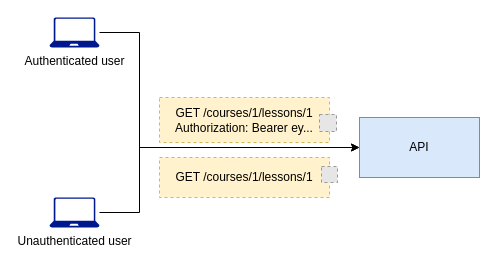
This is ch12.drawio from abunuwas/api-sec-book-imgs, a draw.io file, before an edit. Source tidied: cells renumbered, new cells numbered last; positions are measured from the earlier drawing's top-left corner, leaving out a move shared by most shapes. Both pictures are drawn from the tidied source at 100%, with x=0, y=0 at pixel (49, 17). Pictures stored in the file or linked from it are replaced by grey dashed boxes.
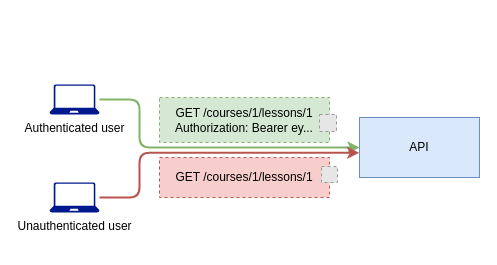
Above is the later version.

The edit, as a diff of the source:
```diff
@@
 <mxGraphModel>
   <root>
     <mxCell id="0" />
     <mxCell id="1" parent="0" />
     <mxCell id="2" value="API" style="rounded=0;whiteSpace=wrap;html=1;fillColor=#dae8fc;strokeColor=#6c8ebf;" parent="1" vertex="1">
       <mxGeometry x="310" y="100" width="120" height="60" as="geometry" />
     </mxCell>
-    <mxCell id="3" style="edgeStyle=orthogonalEdgeStyle;rounded=0;jettySize=auto;html=1;" parent="1" edge="1" source="4" target="2">
+    <mxCell id="3" style="edgeStyle=orthogonalEdgeStyle;rounded=1;jettySize=auto;html=1;fillColor=#d5e8d4;strokeColor=#82b366;strokeWidth=2;curved=0;" parent="1" edge="1" source="4" target="2">
       <mxGeometry relative="1" as="geometry">
         <Array as="points">
-          <mxPoint x="90" y="15" />
+          <mxPoint x="90" y="82" />
           <mxPoint x="90" y="130" />
         </Array>
       </mxGeometry>
     </mxCell>
     <mxCell id="4" value="Authenticated user" style="sketch=0;shadow=0;dashed=0;html=1;strokeColor=none;labelPosition=center;verticalLabelPosition=bottom;verticalAlign=top;align=center;fillColor=#00188D;shape=mxgraph.azure.laptop;" parent="1" vertex="1">
-      <mxGeometry width="50" height="30" as="geometry" />
+      <mxGeometry y="67" width="50" height="30" as="geometry" />
     </mxCell>
-    <mxCell id="5" value="GET /courses/1/lessons/1&lt;div&gt;Authorization: Bearer ey...&lt;/div&gt;" style="text;html=1;align=center;verticalAlign=middle;whiteSpace=wrap;rounded=0;strokeColor=#d6b656;dashed=1;fillColor=#fff2cc;" parent="1" vertex="1">
+    <mxCell id="5" value="GET /courses/1/lessons/1&lt;div&gt;Authorization: Bearer ey...&lt;/div&gt;" style="text;html=1;align=center;verticalAlign=middle;whiteSpace=wrap;rounded=0;strokeColor=#82b366;dashed=1;fillColor=#d5e8d4;" parent="1" vertex="1">
       <mxGeometry x="110" y="80" width="170" height="45" as="geometry" />
     </mxCell>
     <mxCell id="6" style="fillColor=#E6E6E6;strokeColor=#999999;dashed=1;html=1;verticalAlign=top;verticalLabelPosition=bottom;labelBackgroundColor=#ffffff;" parent="1" vertex="1">
       <mxGeometry x="270" y="97" width="17" height="17" as="geometry" />
     </mxCell>
-    <mxCell id="7" style="edgeStyle=orthogonalEdgeStyle;rounded=0;jettySize=auto;html=1;entryX=0;entryY=0.5;entryDx=0;entryDy=0;" parent="1" edge="1" source="8" target="2">
-      <mxGeometry relative="1" as="geometry">
-        <Array as="points">
-          <mxPoint x="90" y="195" />
-          <mxPoint x="90" y="130" />
-        </Array>
-      </mxGeometry>
-    </mxCell>
     <mxCell id="8" value="Unauthenticated user" style="sketch=0;shadow=0;dashed=0;html=1;strokeColor=none;labelPosition=center;verticalLabelPosition=bottom;verticalAlign=top;align=center;fillColor=#00188D;shape=mxgraph.azure.laptop;" parent="1" vertex="1">
-      <mxGeometry y="180" width="50" height="30" as="geometry" />
+      <mxGeometry y="165" width="50" height="30" as="geometry" />
     </mxCell>
-    <mxCell id="9" value="GET /courses/1/lessons/1" style="text;html=1;align=center;verticalAlign=middle;whiteSpace=wrap;rounded=0;strokeColor=#d6b656;dashed=1;fillColor=#fff2cc;" parent="1" vertex="1">
+    <mxCell id="9" value="GET /courses/1/lessons/1" style="text;html=1;align=center;verticalAlign=middle;whiteSpace=wrap;rounded=0;strokeColor=#b85450;dashed=1;fillColor=#f8cecc;" parent="1" vertex="1">
       <mxGeometry x="110" y="140" width="170" height="40" as="geometry" />
     </mxCell>
     <mxCell id="10" style="fillColor=#E6E6E6;strokeColor=#999999;dashed=1;html=1;verticalAlign=top;verticalLabelPosition=bottom;labelBackgroundColor=#ffffff;" parent="1" vertex="1">
       <mxGeometry x="272" y="149" width="16" height="16" as="geometry" />
     </mxCell>
+    <mxCell id="7" style="edgeStyle=orthogonalEdgeStyle;rounded=1;jettySize=auto;html=1;entryX=-0.003;entryY=0.589;entryDx=0;entryDy=0;entryPerimeter=0;fillColor=#f8cecc;strokeColor=#b85450;strokeWidth=2;curved=0;" parent="1" edge="1" source="8" target="2">
+      <mxGeometry relative="1" as="geometry">
+        <Array as="points">
+          <mxPoint x="90" y="180" />
+          <mxPoint x="90" y="135" />
+        </Array>
+      </mxGeometry>
+    </mxCell>
   </root>
 </mxGraphModel>
```
